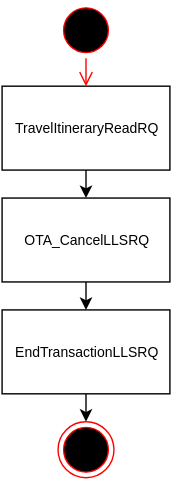
The draw.io diagram assets/svg/Cancel Booking/[RU]Cancel Booking-0.svg in andreypolyak/sabre-apis-ru, before a commit. Source tidied: cells renumbered, new cells last; positions are measured from the earlier drawing's top-left corner, leaving out a move shared by most shapes.
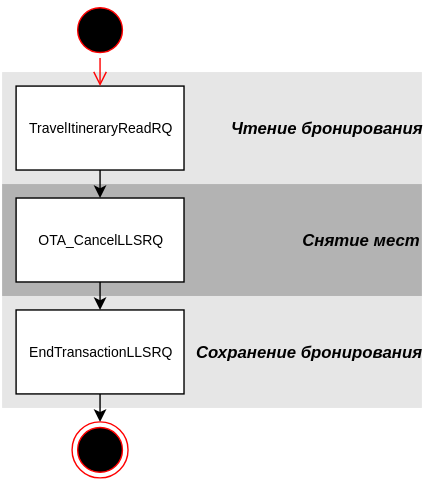
After the change.

Change to the diagram source:
```diff
@@ -2,6 +2,15 @@
   <root>
     <mxCell id="0" />
     <mxCell id="1" parent="0" />
+    <mxCell id="11" value="&lt;div style=&quot;text-align: right&quot;&gt;&lt;span&gt;&lt;b&gt;&lt;i&gt;&lt;font style=&quot;font-size: 12px&quot;&gt;Сохранение бронирования&lt;/font&gt;&lt;/i&gt;&lt;/b&gt;&lt;/span&gt;&lt;br&gt;&lt;/div&gt;" style="whiteSpace=wrap;html=1;fillColor=#E6E6E6;fontSize=10;strokeColor=none;align=right;gradientColor=none;" parent="1" vertex="1">
+      <mxGeometry x="-10" y="210" width="300" height="80" as="geometry" />
+    </mxCell>
+    <mxCell id="12" value="&lt;div style=&quot;text-align: right&quot;&gt;&lt;span&gt;&lt;b&gt;&lt;i&gt;&lt;font style=&quot;font-size: 12px&quot;&gt;Снятие мест&lt;/font&gt;&lt;/i&gt;&lt;/b&gt;&lt;/span&gt;&lt;br&gt;&lt;/div&gt;" style="whiteSpace=wrap;html=1;fillColor=#B3B3B3;fontSize=10;strokeColor=none;align=right;gradientColor=none;" parent="1" vertex="1">
+      <mxGeometry x="-10" y="130" width="300" height="80" as="geometry" />
+    </mxCell>
+    <mxCell id="13" value="&lt;div style=&quot;text-align: right&quot;&gt;&lt;span&gt;&lt;b&gt;&lt;i&gt;&lt;font style=&quot;font-size: 12px&quot;&gt;Чтение бронирования&lt;/font&gt;&lt;/i&gt;&lt;/b&gt;&lt;/span&gt;&lt;br&gt;&lt;/div&gt;" style="whiteSpace=wrap;html=1;fillColor=#E6E6E6;fontSize=10;strokeColor=none;align=right;gradientColor=none;" parent="1" vertex="1">
+      <mxGeometry x="-10" y="50" width="300" height="80" as="geometry" />
+    </mxCell>
     <mxCell id="2" style="edgeStyle=orthogonalEdgeStyle;rounded=0;html=1;exitX=0.5;exitY=1;entryX=0.5;entryY=0;jettySize=auto;fontSize=10;" parent="1" edge="1" source="3" target="7">
       <mxGeometry relative="1" as="geometry" />
     </mxCell>
@@ -29,7 +38,7 @@
       <mxGeometry x="40" width="40" height="40" as="geometry" />
     </mxCell>
     <mxCell id="10" style="edgeStyle=orthogonalEdgeStyle;html=1;verticalAlign=bottom;endArrow=open;endSize=8;strokeColor=#ff0000;fontSize=10;" parent="1" edge="1" source="9">
-      <mxGeometry x="295" y="2410" as="geometry">
+      <mxGeometry x="300" y="2400" as="geometry">
         <mxPoint x="60" y="60" as="targetPoint" />
       </mxGeometry>
     </mxCell>
```
